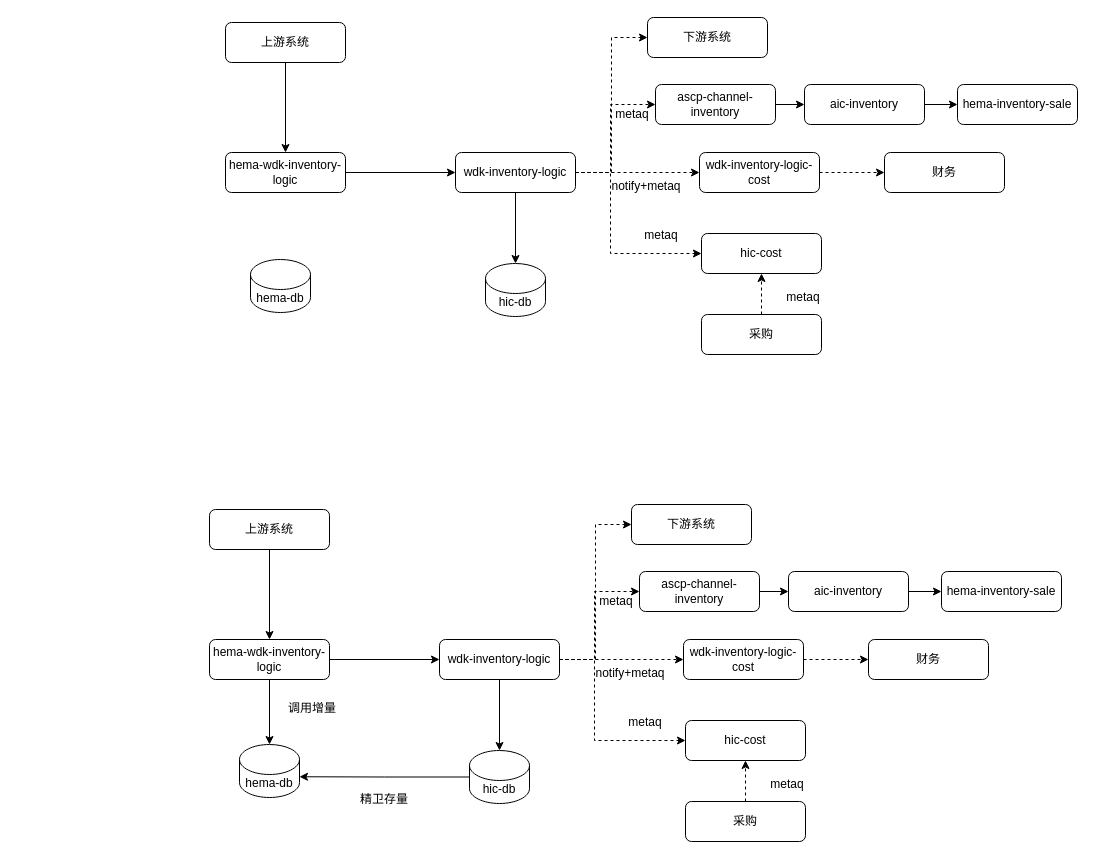
This is jiagou.drawio from fine3qandyou/lte_study, a draw.io file, before an edit. Source tidied: cells renumbered, new cells numbered last; positions are measured from the earlier drawing's top-left corner, leaving out a move shared by most shapes. Both pictures are drawn from the tidied source at 100%, with x=0, y=0 at pixel (209, 17).
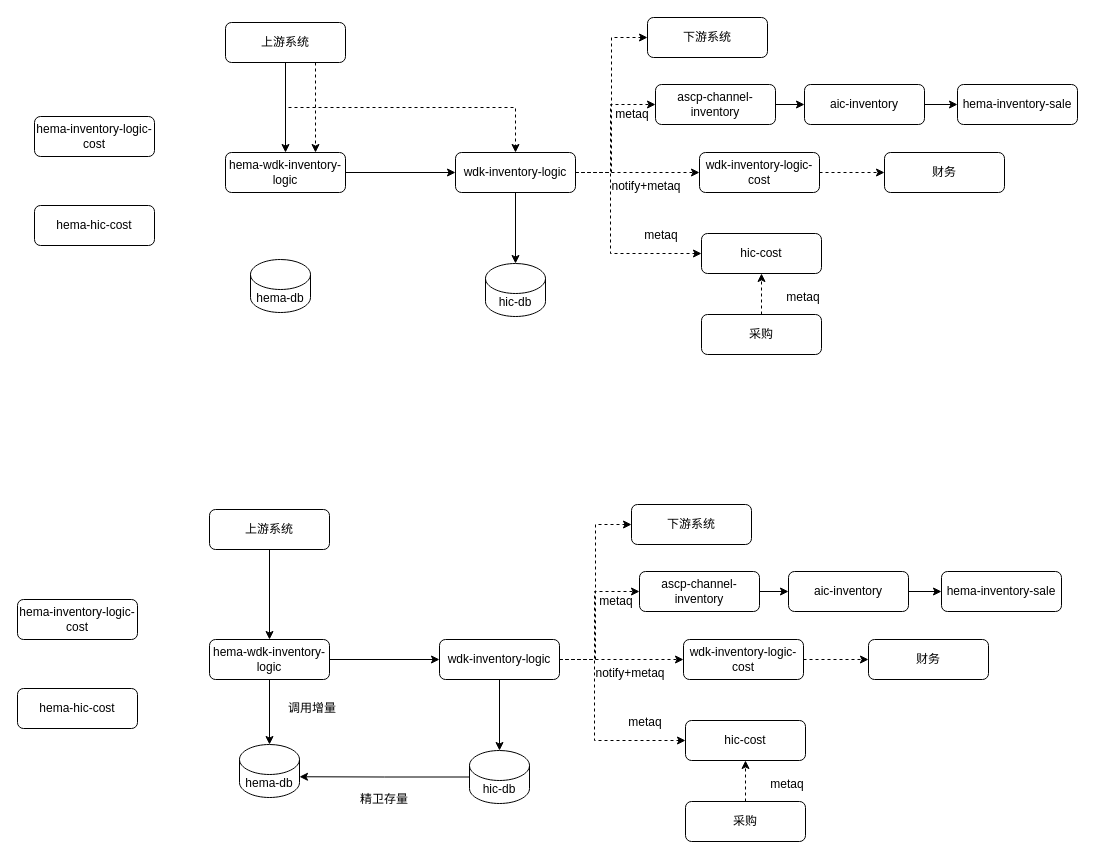
After the change.

Unchanged cells that the change refers to:
```xml
<mxCell id="3" value="上游系统" style="rounded=1;whiteSpace=wrap;html=1;" parent="1" vertex="1">
  <mxGeometry x="16" y="5" width="120" height="40" as="geometry" />
</mxCell>
<mxCell id="5" value="hema-wdk-inventory-logic" style="rounded=1;whiteSpace=wrap;html=1;" parent="1" vertex="1">
  <mxGeometry x="16" y="135" width="120" height="40" as="geometry" />
</mxCell>
<mxCell id="11" value="wdk-inventory-logic" style="rounded=1;whiteSpace=wrap;html=1;" parent="1" vertex="1">
  <mxGeometry x="246" y="135" width="120" height="40" as="geometry" />
</mxCell>
```

The edit, as a diff of the source:
```diff
@@
+    <mxCell id="62" style="edgeStyle=orthogonalEdgeStyle;rounded=0;jettySize=auto;html=1;exitX=0.5;exitY=1;exitDx=0;exitDy=0;dashed=1;" parent="1" edge="1" source="3" target="11">
+      <mxGeometry relative="1" as="geometry" />
+    </mxCell>
+    <mxCell id="63" style="edgeStyle=orthogonalEdgeStyle;rounded=0;jettySize=auto;html=1;exitX=0.75;exitY=1;exitDx=0;exitDy=0;entryX=0.75;entryY=0;entryDx=0;entryDy=0;dashed=1;" parent="1" edge="1" source="3" target="5">
+      <mxGeometry relative="1" as="geometry" />
+    </mxCell>
@@
+    <mxCell id="64" value="hema-inventory-logic-cost" style="rounded=1;whiteSpace=wrap;html=1;" parent="1" vertex="1">
+      <mxGeometry x="-175" y="99" width="120" height="40" as="geometry" />
+    </mxCell>
+    <mxCell id="65" value="hema-hic-cost" style="rounded=1;whiteSpace=wrap;html=1;" parent="1" vertex="1">
+      <mxGeometry x="-175" y="188" width="120" height="40" as="geometry" />
+    </mxCell>
+    <mxCell id="66" value="hema-inventory-logic-cost" style="rounded=1;whiteSpace=wrap;html=1;" parent="1" vertex="1">
+      <mxGeometry x="-192" y="582" width="120" height="40" as="geometry" />
+    </mxCell>
+    <mxCell id="67" value="hema-hic-cost" style="rounded=1;whiteSpace=wrap;html=1;" parent="1" vertex="1">
+      <mxGeometry x="-192" y="671" width="120" height="40" as="geometry" />
+    </mxCell>
```
